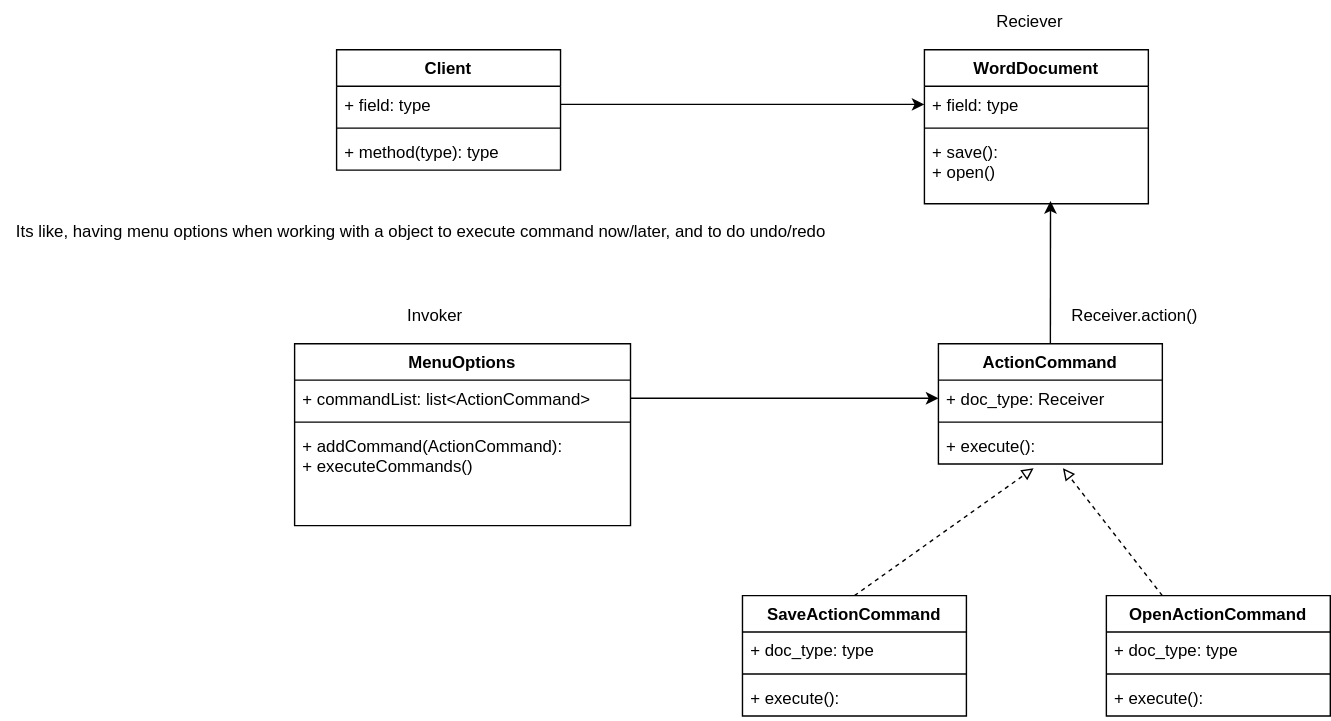
Before: Behavioural/CommandDesignPattern/command_uml.drawio.svg, a diagram exported from draw.io (ShamanthKumarHP/LLD). Source tidied: cells renumbered, new cells last; positions are measured from the earlier drawing's top-left corner, leaving out a move shared by most shapes.
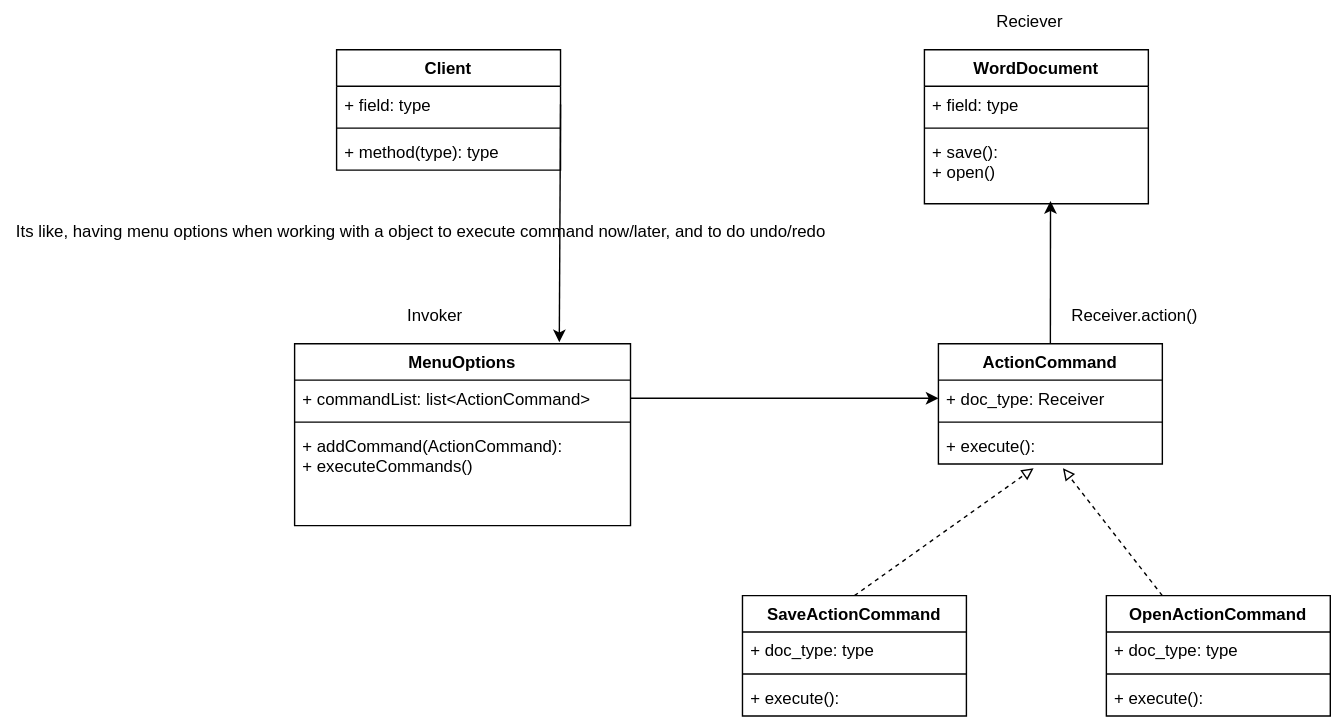
Later version of the same file.

What changed in the source:
```diff
@@ -89,7 +89,7 @@
     <mxCell id="30" value="+ method(type): type" style="text;strokeColor=none;fillColor=none;align=left;verticalAlign=top;spacingLeft=4;spacingRight=4;overflow=hidden;" parent="27" vertex="1">
       <mxGeometry y="60" width="160" height="26" as="geometry" />
     </mxCell>
-    <mxCell id="31" style="edgeStyle=none;html=1;exitX=1;exitY=0.5;exitDx=0;exitDy=0;entryX=0;entryY=0.5;entryDx=0;entryDy=0;endArrow=classic;endFill=1;" parent="1" edge="1" source="28" target="24">
+    <mxCell id="31" style="edgeStyle=none;html=1;exitX=1;exitY=0.5;exitDx=0;exitDy=0;entryX=0.788;entryY=-0.008;entryDx=0;entryDy=0;endArrow=classic;endFill=1;entryPerimeter=0;" parent="1" edge="1" source="28" target="17">
       <mxGeometry relative="1" as="geometry" />
     </mxCell>
     <mxCell id="32" value="Receiver.action()" style="text;html=1;align=center;verticalAlign=middle;strokeColor=none;fillColor=none;" parent="1" vertex="1">
```
